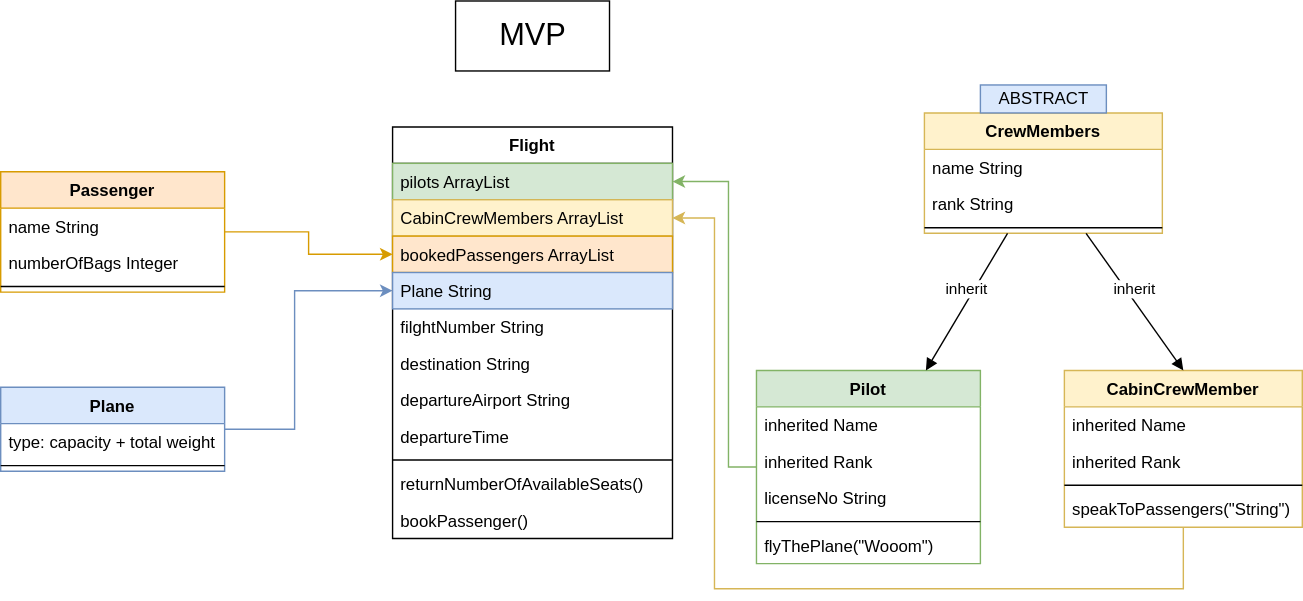
Above: Airline.svg in evelyn-sz/Java_Airlines (draw.io), before the change. Source tidied: cells renumbered, new cells last; positions are measured from the earlier drawing's top-left corner, leaving out a move shared by most shapes.
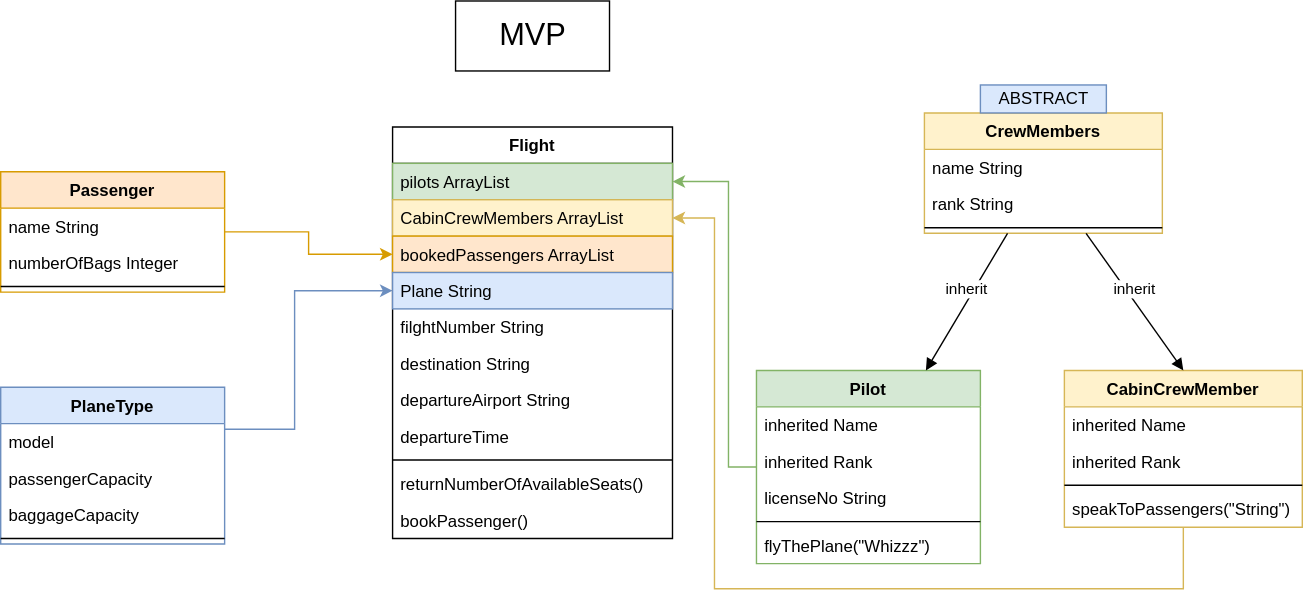
Above is the later version.

Diff of the diagram source:
```diff
@@ -22,14 +22,20 @@
         </Array>
       </mxGeometry>
     </mxCell>
-    <mxCell id="7" value="Plane" style="swimlane;fontStyle=1;align=center;verticalAlign=top;horizontal=1;startSize=26;fillColor=#dae8fc;strokeColor=#6c8ebf;" parent="1" vertex="1">
-      <mxGeometry y="276" width="160" height="60" as="geometry" />
+    <mxCell id="7" value="PlaneType" style="swimlane;fontStyle=1;align=center;verticalAlign=top;horizontal=1;startSize=26;fillColor=#dae8fc;strokeColor=#6c8ebf;" parent="1" vertex="1">
+      <mxGeometry y="276" width="160" height="112" as="geometry" />
     </mxCell>
-    <mxCell id="8" value="type: capacity + total weight" style="text;strokeColor=none;fillColor=none;align=left;verticalAlign=top;spacingLeft=4;spacingRight=4;overflow=hidden;" parent="7" vertex="1">
+    <mxCell id="8" value="model" style="text;strokeColor=none;fillColor=none;align=left;verticalAlign=top;spacingLeft=4;spacingRight=4;overflow=hidden;" parent="7" vertex="1">
       <mxGeometry y="26" width="160" height="26" as="geometry" />
     </mxCell>
+    <mxCell id="46" value="passengerCapacity" style="text;strokeColor=none;fillColor=none;align=left;verticalAlign=top;spacingLeft=4;spacingRight=4;overflow=hidden;" parent="7" vertex="1">
+      <mxGeometry y="52" width="160" height="26" as="geometry" />
+    </mxCell>
+    <mxCell id="47" value="baggageCapacity" style="text;strokeColor=none;fillColor=none;align=left;verticalAlign=top;spacingLeft=4;spacingRight=4;overflow=hidden;" parent="7" vertex="1">
+      <mxGeometry y="78" width="160" height="26" as="geometry" />
+    </mxCell>
     <mxCell id="9" style="line;strokeWidth=1;fillColor=none;align=left;verticalAlign=middle;spacingTop=-1;spacingLeft=3;spacingRight=3;labelPosition=right;" parent="7" vertex="1">
-      <mxGeometry y="52" width="160" height="8" as="geometry" />
+      <mxGeometry y="104" width="160" height="8" as="geometry" />
     </mxCell>
     <mxCell id="10" value="Flight" style="swimlane;fontStyle=1;align=center;verticalAlign=top;horizontal=1;startSize=26;" parent="1" vertex="1">
       <mxGeometry x="280" y="90" width="200" height="294" as="geometry" />
@@ -82,7 +88,7 @@
     <mxCell id="26" style="line;strokeWidth=1;fillColor=none;align=left;verticalAlign=middle;spacingTop=-1;spacingLeft=3;spacingRight=3;labelPosition=right;" parent="22" vertex="1">
       <mxGeometry y="104" width="160" height="8" as="geometry" />
     </mxCell>
-    <mxCell id="27" value="flyThePlane(&quot;Wooom&quot;)" style="text;strokeColor=none;fillColor=none;align=left;verticalAlign=top;spacingLeft=4;spacingRight=4;overflow=hidden;" parent="22" vertex="1">
+    <mxCell id="27" value="flyThePlane(&quot;Whizzz&quot;)" style="text;strokeColor=none;fillColor=none;align=left;verticalAlign=top;spacingLeft=4;spacingRight=4;overflow=hidden;" parent="22" vertex="1">
       <mxGeometry y="112" width="160" height="26" as="geometry" />
     </mxCell>
     <mxCell id="28" style="group;" parent="1" vertex="1">
```
